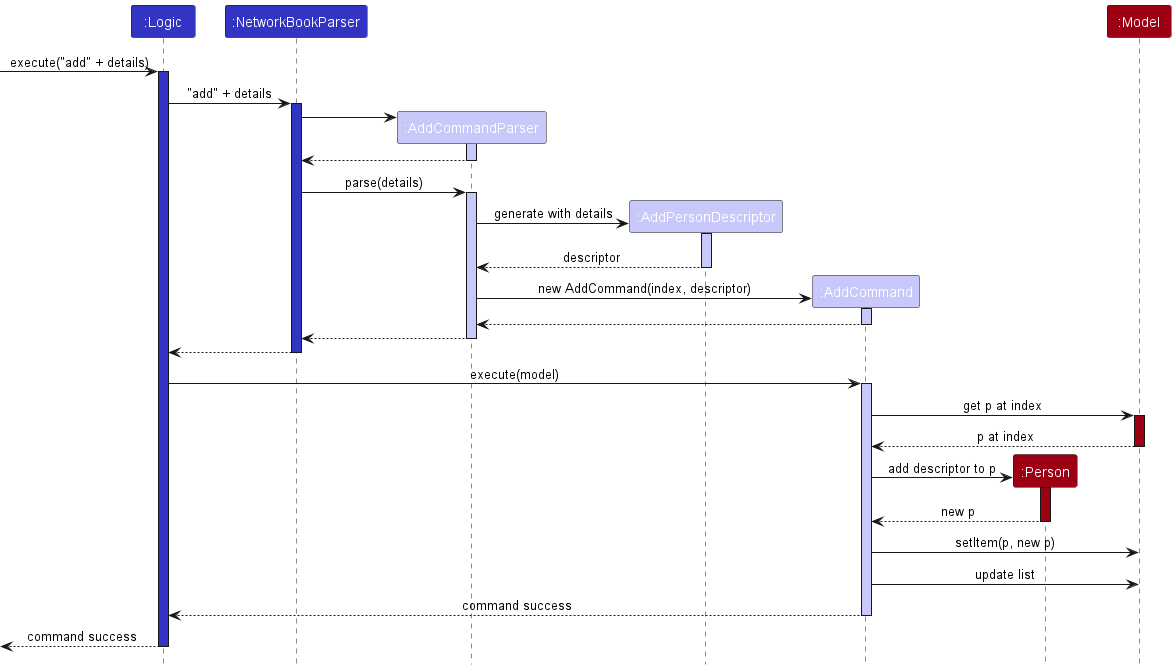
nus-cs2103-AY2324S1/tp keeps this PlantUML diagram as docs/images/add-remark/AddDiagram.png. Above is the earlier version.
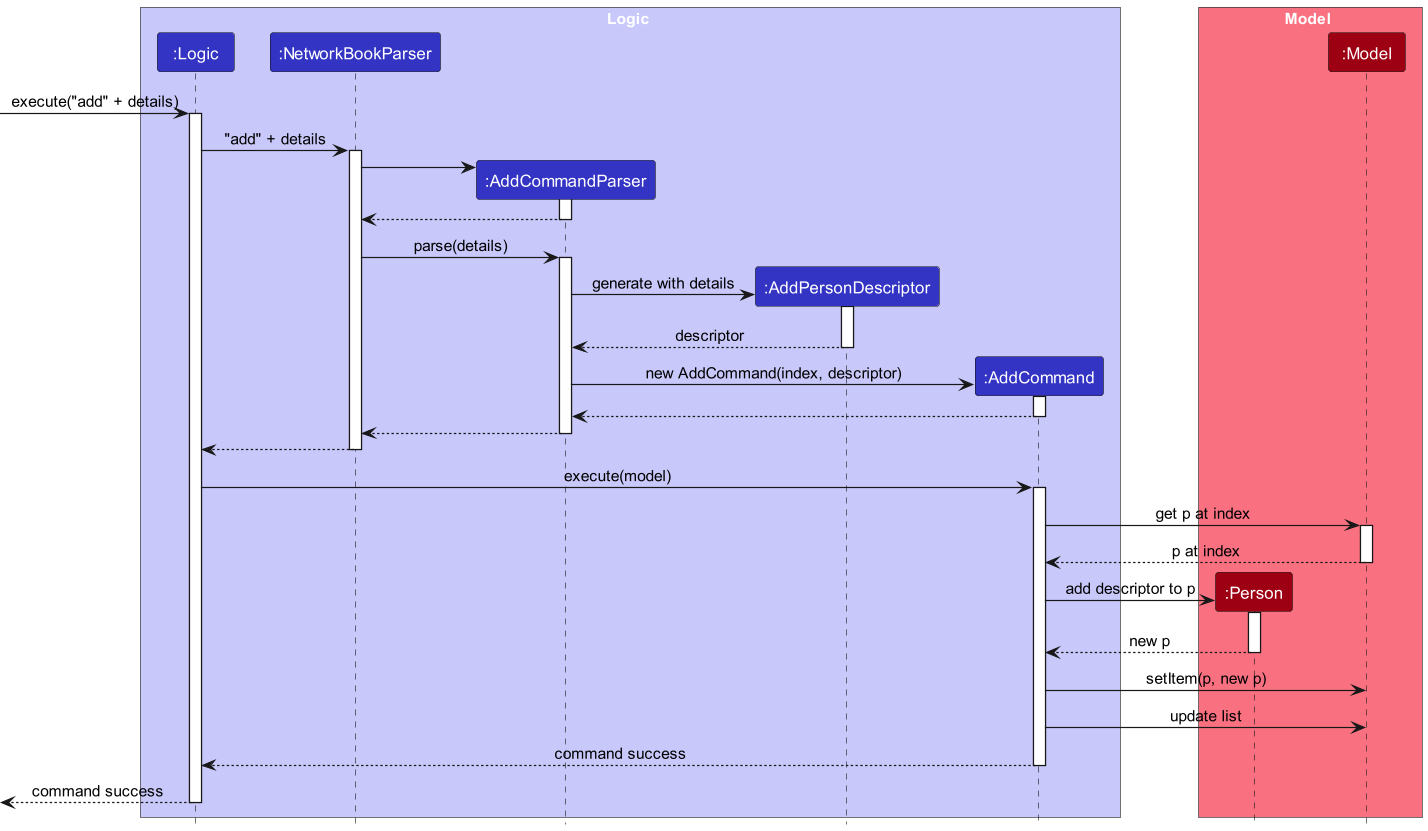
After the change.

Commit message:
Change box colouring to follow create command

The edit, as a diff of the source:
```diff
@@ -2,42 +2,46 @@
 !include style.puml
 skinparam ArrowFontStyle plain
 
+box Logic LOGIC_COLOR_T1
 Participant ":Logic" as logic LOGIC_COLOR
 Participant ":NetworkBookParser" as networkBookParser LOGIC_COLOR
 
-Participant ":AddCommandParser" as addCommandParser LOGIC_COLOR_T1
-Participant ":AddPersonDescriptor" as addPersonDescriptor LOGIC_COLOR_T1
-Participant ":AddCommand" as addCommand LOGIC_COLOR_T1
+Participant ":AddCommandParser" as addCommandParser LOGIC_COLOR
+Participant ":AddPersonDescriptor" as addPersonDescriptor LOGIC_COLOR
+Participant ":AddCommand" as addCommand LOGIC_COLOR
+end box
 
+box Model MODEL_COLOR_T1
 Participant ":Person" as person MODEL_COLOR
 Participant ":Model" as model MODEL_COLOR
+end box
 
 -> logic : execute("add" + details)
-activate logic LOGIC_COLOR
+activate logic
 
 logic -> networkBookParser : "add" + details
-activate networkBookParser LOGIC_COLOR
+activate networkBookParser
 
 create addCommandParser
 networkBookParser -> addCommandParser
-activate addCommandParser LOGIC_COLOR_T1
+activate addCommandParser
 
 addCommandParser --> networkBookParser
 deactivate addCommandParser
 
 networkBookParser -> addCommandParser : parse(details)
-activate addCommandParser LOGIC_COLOR_T1
+activate addCommandParser
 
 create addPersonDescriptor
 addCommandParser -> addPersonDescriptor : generate with details
-activate addPersonDescriptor LOGIC_COLOR_T1
+activate addPersonDescriptor
 
 addPersonDescriptor --> addCommandParser : descriptor
 deactivate addPersonDescriptor
 
 create addCommand
 addCommandParser -> addCommand : new AddCommand(index, descriptor)
-activate addCommand LOGIC_COLOR_T1
+activate addCommand
 
 addCommand --> addCommandParser
 deactivate addCommand
@@ -49,17 +53,17 @@
 deactivate networkBookParser
 
 logic -> addCommand : execute(model)
-activate addCommand LOGIC_COLOR_T1
+activate addCommand
 
 addCommand -> model : get p at index
-activate model MODEL_COLOR
+activate model
 
 model --> addCommand : p at index
 deactivate model
 
 create person
 addCommand -> person : add descriptor to p
-activate person MODEL_COLOR
+activate person
 
 person --> addCommand : new p
 deactivate person
@@ -74,8 +78,4 @@
 <-- logic : command success
 deactivate logic
 
-
-
-
-
 @enduml
```
